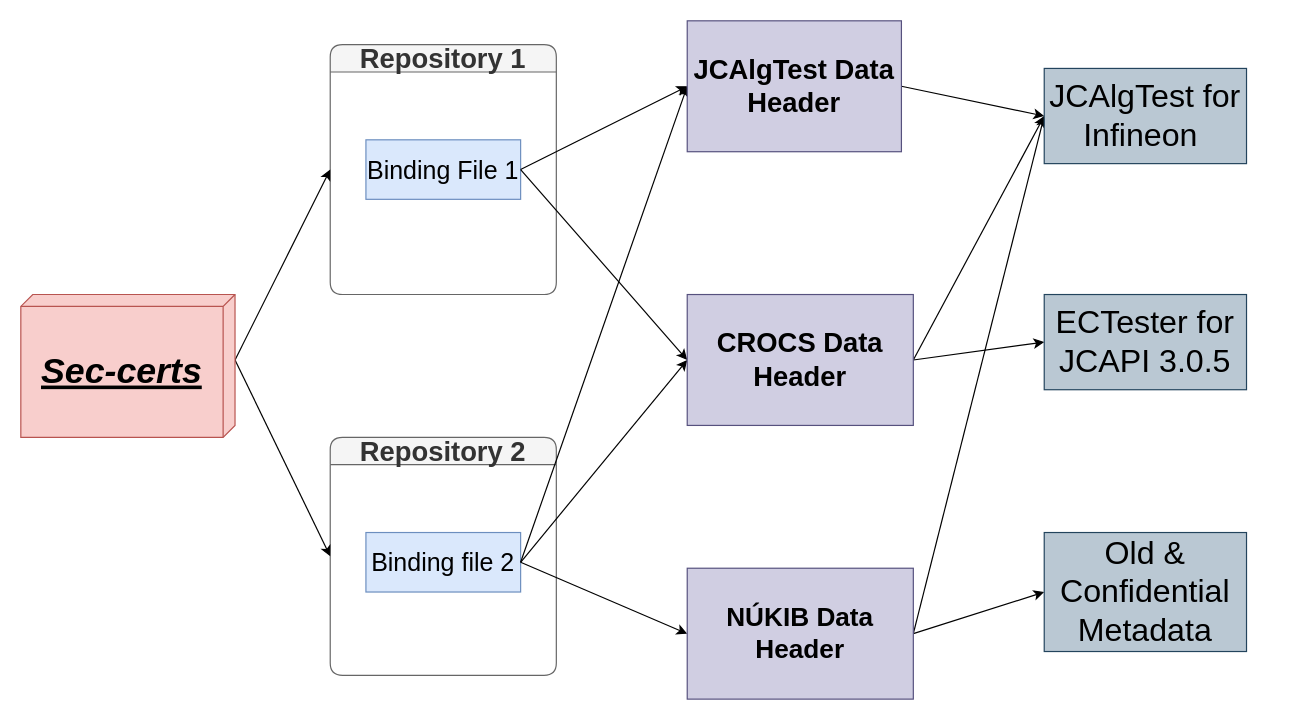
This is Specification/Diagrams/vis.drawio from crocs-muni/seccerts-overlay, a draw.io file, before an edit. Source tidied: cells renumbered, new cells numbered last; positions are measured from the earlier drawing's top-left corner, leaving out a move shared by most shapes. Both pictures are drawn from the tidied source at 119%, with x=0, y=0 at pixel (20, 20).
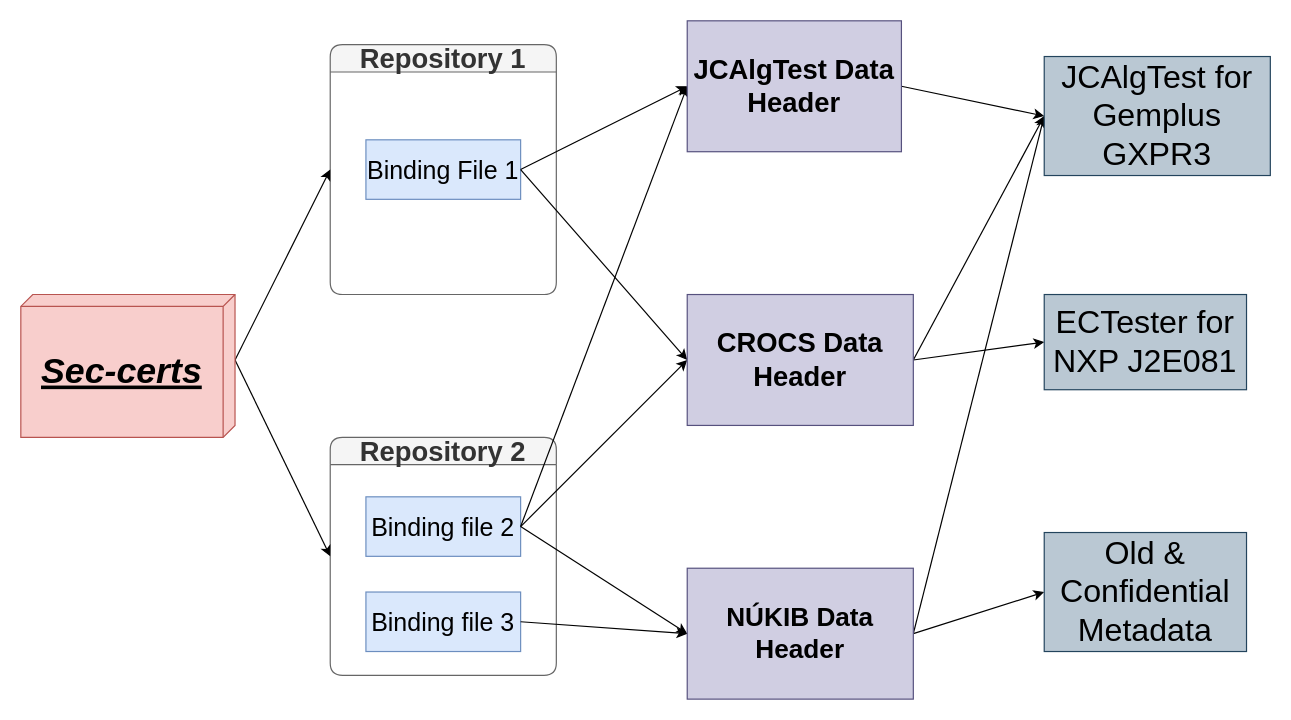
After the change.

Commit message (it also covers changes not shown here):
diagrams improvements

Unchanged cells that the change refers to:
```xml
<mxCell id="4" value="Repository 2" style="swimlane;mt=1;whiteSpace=wrap;html=1;startSize=23;fontSize=23;fillColor=#f5f5f5;fontColor=#333333;strokeColor=#666666;rounded=1;shadow=0;" parent="1" vertex="1">
  <mxGeometry x="260" y="350" width="190" height="200" as="geometry" />
</mxCell>
<mxCell id="20" value="NÚKIB Data Header" style="html=1;whiteSpace=wrap;fontSize=22;fontStyle=1;fillColor=#d0cee2;strokeColor=#56517e;" parent="1" vertex="1">
  <mxGeometry x="560" y="460" width="190" height="110" as="geometry" />
</mxCell>
```

The edit, as a diff of the source:
```diff
@@
     <mxCell id="5" value="Binding file 2" style="html=1;whiteSpace=wrap;fontSize=21;fillColor=#dae8fc;strokeColor=#6c8ebf;" parent="4" vertex="1">
-      <mxGeometry x="30" y="80" width="130" height="50" as="geometry" />
+      <mxGeometry x="30" y="50" width="130" height="50" as="geometry" />
     </mxCell>
+    <mxCell id="25" value="Binding file 3" style="html=1;whiteSpace=wrap;fontSize=21;fillColor=#dae8fc;strokeColor=#6c8ebf;" parent="4" vertex="1">
+      <mxGeometry x="30" y="130" width="130" height="50" as="geometry" />
+    </mxCell>
@@
-    <mxCell id="22" value="JCAlgTest for Infineon&amp;nbsp;" style="html=1;whiteSpace=wrap;direction=north;flipH=0;flipV=1;fontSize=27;horizontal=1;fontStyle=0;fillColor=#bac8d3;strokeColor=#23445d;" parent="1" vertex="1">
-      <mxGeometry x="860" y="40" width="170" height="80" as="geometry" />
+    <mxCell id="22" value="JCAlgTest for Gemplus GXPR3" style="html=1;whiteSpace=wrap;direction=north;flipH=0;flipV=1;fontSize=27;horizontal=1;fontStyle=0;fillColor=#bac8d3;strokeColor=#23445d;" parent="1" vertex="1">
+      <mxGeometry x="860" y="30" width="190" height="100" as="geometry" />
     </mxCell>
-    <mxCell id="23" value="ECTester for JCAPI 3.0.5" style="html=1;whiteSpace=wrap;direction=north;flipH=0;flipV=1;fontSize=27;horizontal=1;fontStyle=0;fillColor=#bac8d3;strokeColor=#23445d;" parent="1" vertex="1">
+    <mxCell id="23" value="ECTester for NXP J2E081" style="html=1;whiteSpace=wrap;direction=north;flipH=0;flipV=1;fontSize=27;horizontal=1;fontStyle=0;fillColor=#bac8d3;strokeColor=#23445d;" parent="1" vertex="1">
       <mxGeometry x="860" y="230" width="170" height="80" as="geometry" />
     </mxCell>
@@
+    <mxCell id="26" style="endArrow=classic;html=1;rounded=0;entryX=0;entryY=0.5;entryDx=0;entryDy=0;exitX=1;exitY=0.5;exitDx=0;exitDy=0;" parent="1" edge="1" source="25" target="20">
+      <mxGeometry relative="1" as="geometry" />
+    </mxCell>
```
